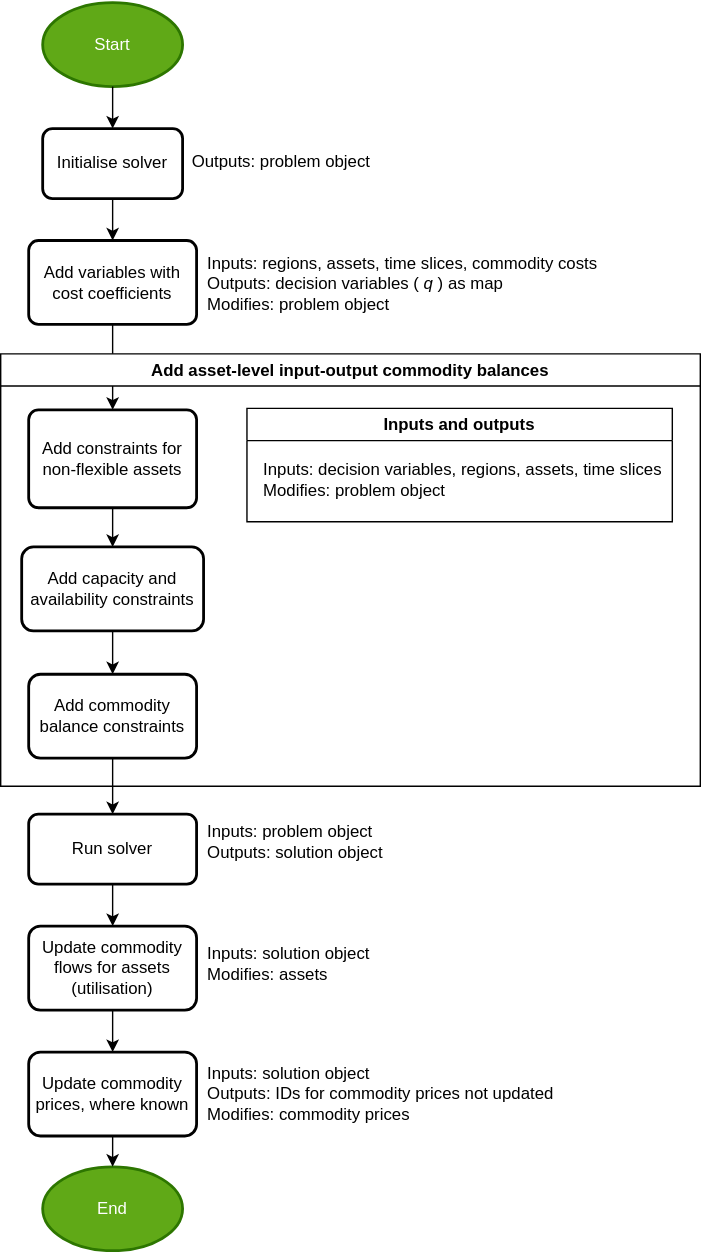
The draw.io diagram docs/images/dispatch_optimisation.drawio.svg in EnergySystemsModellingLab/MUSE_2.0, before a commit. Source tidied: cells renumbered, new cells last; positions are measured from the earlier drawing's top-left corner, leaving out a move shared by most shapes.
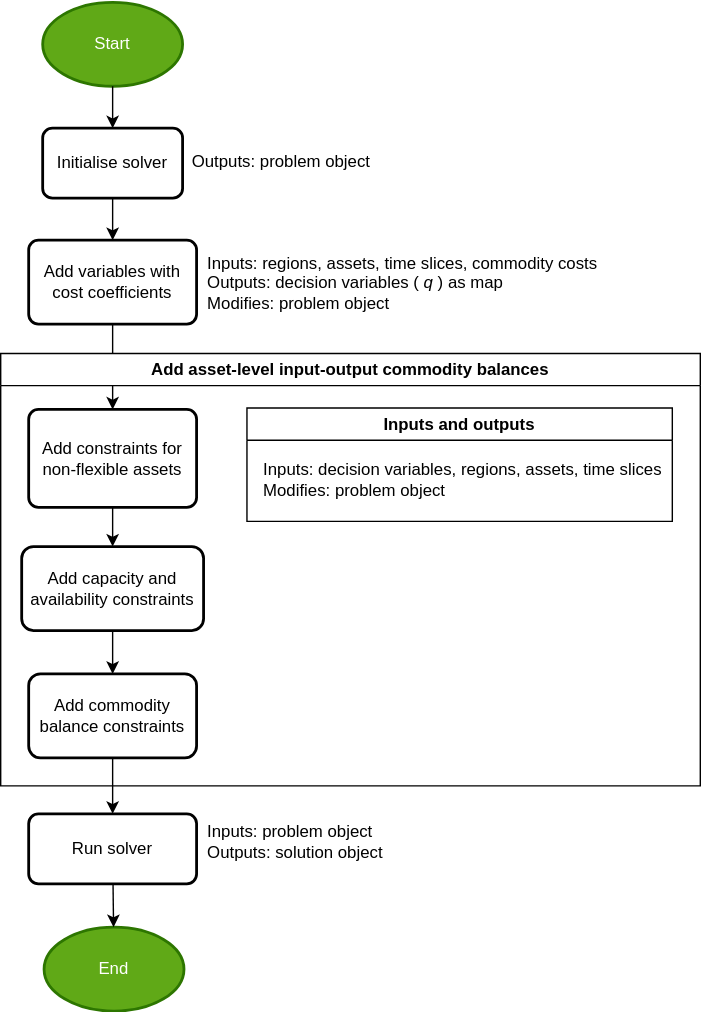
After the change.

Commit message:
Move steps for updating simulation state to model overview diagram

Diff of the diagram source:
```diff
@@ -16,7 +16,7 @@
       </mxGeometry>
     </mxCell>
     <mxCell id="5" value="End" style="strokeWidth=2;html=1;shape=mxgraph.flowchart.start_1;whiteSpace=wrap;fillColor=#60a917;fontColor=#ffffff;strokeColor=#2D7600;" parent="1" vertex="1">
-      <mxGeometry x="30" y="832" width="100" height="60" as="geometry" />
+      <mxGeometry x="31" y="661" width="100" height="60" as="geometry" />
     </mxCell>
     <mxCell id="6" style="edgeStyle=none;html=1;" parent="1" edge="1" source="7" target="9">
       <mxGeometry relative="1" as="geometry" />
@@ -60,9 +60,9 @@
     <mxCell id="19" value="Inputs: decision variables, regions, assets, time slices&lt;br&gt;Modifies: problem object" style="text;html=1;align=left;verticalAlign=middle;strokeColor=none;fillColor=none;" parent="18" vertex="1">
       <mxGeometry x="10" y="31" width="310" height="40" as="geometry" />
     </mxCell>
-    <mxCell id="20" style="edgeStyle=none;html=1;" parent="1" edge="1" source="21" target="25">
-      <mxGeometry relative="1" as="geometry" />
-    </mxCell>
+    <mxCell id="27" style="edgeStyle=none;html=1;" parent="1" edge="1" source="21" target="5">
+      <mxGeometry relative="1" as="geometry" />
+    </mxCell>
     <mxCell id="21" value="Run solver" style="whiteSpace=wrap;html=1;rounded=1;arcSize=14;strokeWidth=2;" parent="1" vertex="1">
       <mxGeometry x="20" y="580" width="120" height="50" as="geometry" />
     </mxCell>
@@ -72,23 +72,5 @@
     <mxCell id="23" value="Inputs: problem object&lt;br&gt;Outputs: solution object" style="text;html=1;align=left;verticalAlign=middle;strokeColor=none;fillColor=none;" parent="1" vertex="1">
       <mxGeometry x="146" y="580" width="150" height="40" as="geometry" />
     </mxCell>
-    <mxCell id="24" style="edgeStyle=none;html=1;" parent="1" edge="1" source="25" target="28">
-      <mxGeometry relative="1" as="geometry" />
-    </mxCell>
-    <mxCell id="25" value="Update commodity flows for assets (utilisation)" style="whiteSpace=wrap;html=1;rounded=1;arcSize=14;strokeWidth=2;" parent="1" vertex="1">
-      <mxGeometry x="20" y="660" width="120" height="60" as="geometry" />
-    </mxCell>
-    <mxCell id="26" value="Inputs: solution object&lt;br&gt;Modifies: assets" style="text;html=1;align=left;verticalAlign=middle;strokeColor=none;fillColor=none;" parent="1" vertex="1">
-      <mxGeometry x="146" y="667" width="140" height="40" as="geometry" />
-    </mxCell>
-    <mxCell id="27" style="edgeStyle=none;html=1;" parent="1" edge="1" source="28" target="5">
-      <mxGeometry relative="1" as="geometry" />
-    </mxCell>
-    <mxCell id="28" value="Update commodity prices, where known" style="whiteSpace=wrap;html=1;rounded=1;arcSize=14;strokeWidth=2;" parent="1" vertex="1">
-      <mxGeometry x="20" y="750" width="120" height="60" as="geometry" />
-    </mxCell>
-    <mxCell id="29" value="Inputs: solution object&lt;br&gt;Outputs: IDs for commodity prices not updated&lt;br&gt;Modifies: commodity prices" style="text;html=1;align=left;verticalAlign=middle;strokeColor=none;fillColor=none;" parent="1" vertex="1">
-      <mxGeometry x="146" y="750" width="270" height="60" as="geometry" />
-    </mxCell>
   </root>
 </mxGraphModel>
```
